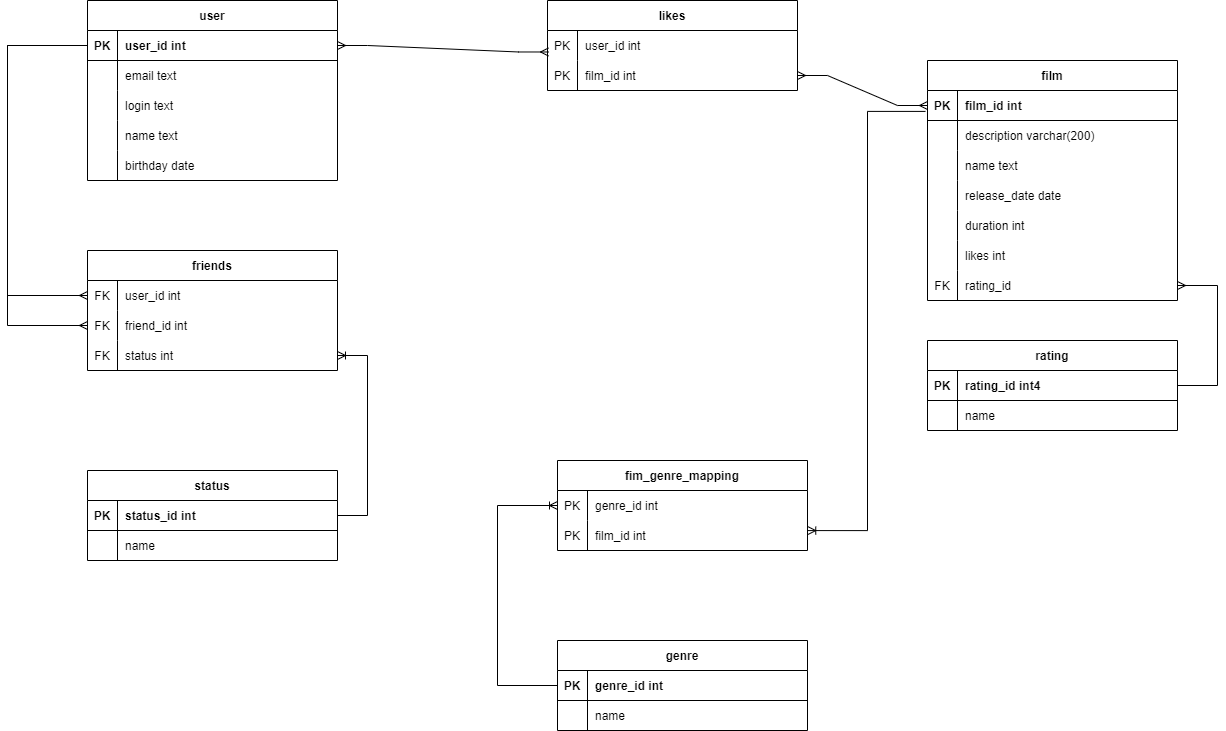
This is src/main/resources/java-filmorate_DB.png from amartynsh/java-filmorate, a draw.io export, as it was before one commit. Source tidied: cells renumbered, new cells last; positions are measured from the earlier drawing's top-left corner, leaving out a move shared by most shapes.
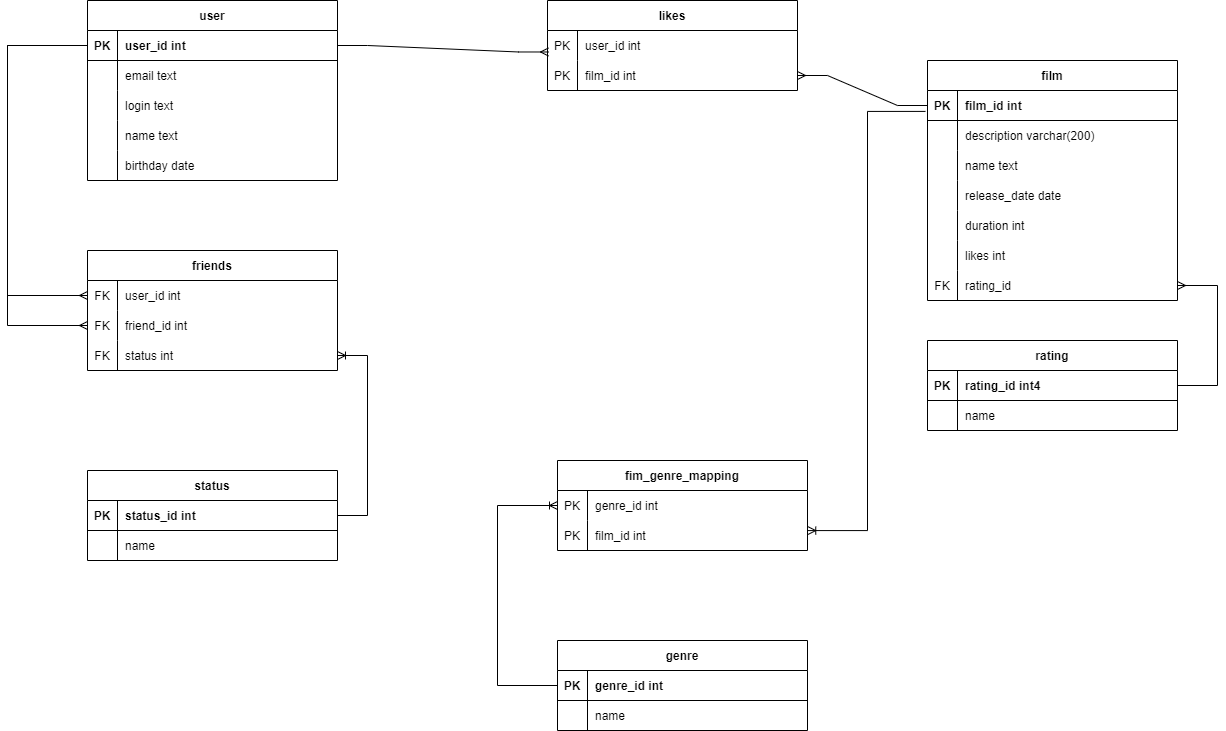
After the commit.

Commit message:
Правки схемы по комментариям

What changed in the source:
```diff
@@ -113,7 +113,7 @@
     <mxCell id="38" style="edgeStyle=orthogonalEdgeStyle;rounded=0;jettySize=auto;html=1;" parent="1" edge="1" source="18">
       <mxGeometry relative="1" as="geometry" />
     </mxCell>
-    <mxCell id="39" style="edgeStyle=entityRelationEdgeStyle;fontSize=12;html=1;endArrow=ERmany;startArrow=ERmany;rounded=0;" parent="1" edge="1" source="80" target="3">
+    <mxCell id="39" style="edgeStyle=entityRelationEdgeStyle;fontSize=12;html=1;endArrow=none;startArrow=ERmany;rounded=0;endFill=0;" parent="1" edge="1" source="80" target="3">
       <mxGeometry relative="1" as="geometry" />
     </mxCell>
     <mxCell id="40" style="edgeStyle=orthogonalEdgeStyle;fontSize=12;html=1;endArrow=ERoneToMany;rounded=0;exitX=0;exitY=0.5;exitDx=0;exitDy=0;" parent="1" edge="1" source="25" target="87">
@@ -179,7 +179,7 @@
     <mxCell id="57" value="birthday date" style="shape=partialRectangle;overflow=hidden;fillColor=none;top=0;left=0;bottom=0;right=0;align=left;spacingLeft=6;" parent="55" vertex="1">
       <mxGeometry x="30" width="220" height="30" as="geometry" />
     </mxCell>
-    <mxCell id="58" style="edgeStyle=entityRelationEdgeStyle;fontSize=12;html=1;endArrow=ERmany;startArrow=ERmany;rounded=0;entryX=0.004;entryY=0.716;entryDx=0;entryDy=0;entryPerimeter=0;" parent="1" edge="1" source="43" target="77">
+    <mxCell id="58" style="edgeStyle=entityRelationEdgeStyle;fontSize=12;html=1;endArrow=ERmany;startArrow=none;rounded=0;entryX=0.004;entryY=0.716;entryDx=0;entryDy=0;entryPerimeter=0;startFill=0;" parent="1" edge="1" source="43" target="77">
       <mxGeometry relative="1" as="geometry" />
     </mxCell>
     <mxCell id="59" value="status" style="shape=table;startSize=30;rowLines=0;fontStyle=1;align=center;" parent="1" vertex="1">
```
